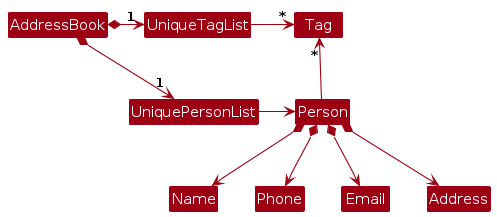
This is diagrams/BetterModelClassDiagram.png from AY2627S1-CS2103T-T16-1/tp, a PlantUML export, as it was before one commit. Its source is kept beside it as diagrams/BetterModelClassDiagram.puml.
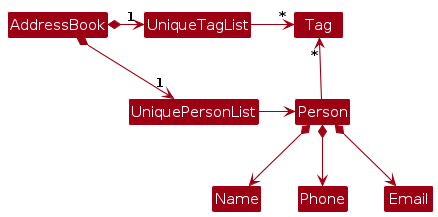
The same diagram one commit later.

What changed in the source:
```diff
@@ -17,5 +17,4 @@
 Person *--> Name
 Person *--> Phone
 Person *--> Email
-Person *--> Address
 @enduml
```
